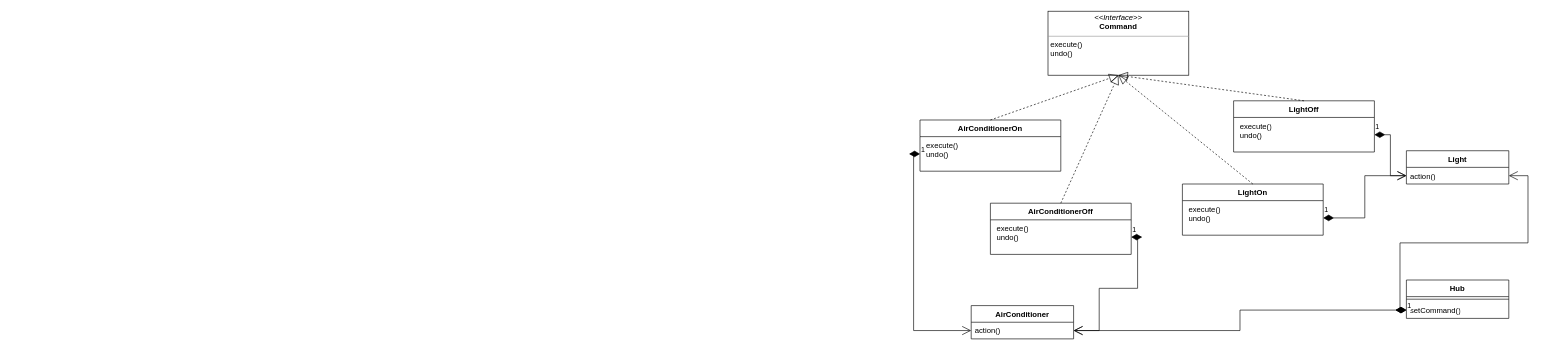
Yakser/drawio-diagrams keeps this draw.io diagram as SmartHome.drawio. Above is the earlier version. Source tidied: cells renumbered, new cells numbered last; positions are measured from the earlier drawing's top-left corner, leaving out a move shared by most shapes. Both pictures are drawn from the tidied source at 64%, with x=0, y=0 at pixel (920, 11).
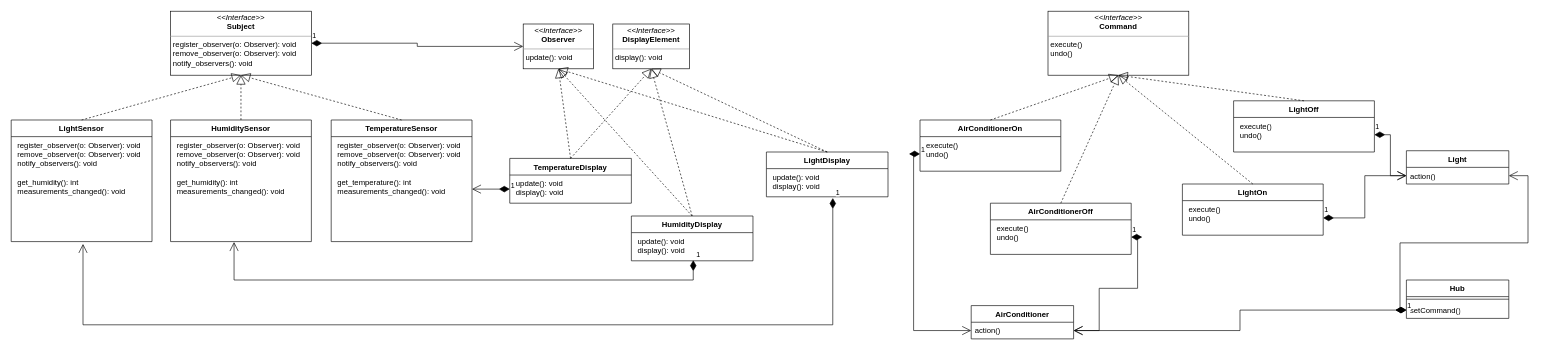
Above is the later version.

Commit message:
Добавил датчики и дисплеи

What changed in the source:
```diff
@@
+    <mxCell id="28" value="&lt;p style=&quot;margin:0px;margin-top:4px;text-align:center;&quot;&gt;&lt;i&gt;&amp;lt;&amp;lt;Interface&amp;gt;&amp;gt;&lt;/i&gt;&lt;br&gt;&lt;b&gt;Subject&lt;/b&gt;&lt;/p&gt;&lt;hr size=&quot;1&quot;&gt;&lt;p style=&quot;margin:0px;margin-left:4px;&quot;&gt;register_observer(o: Observer): void&lt;br&gt;remove_observer(o: Observer): void&lt;br&gt;&lt;/p&gt;&lt;p style=&quot;margin:0px;margin-left:4px;&quot;&gt;notify_observers(): void&lt;br&gt;&lt;/p&gt;" style="verticalAlign=top;align=left;overflow=fill;fontSize=12;fontFamily=Helvetica;html=1;whiteSpace=wrap;" parent="1" vertex="1">
+      <mxGeometry x="-1171" width="220" height="100" as="geometry" />
+    </mxCell>
+    <mxCell id="29" value="&lt;p style=&quot;margin:0px;margin-top:4px;text-align:center;&quot;&gt;&lt;i&gt;&amp;lt;&amp;lt;Interface&amp;gt;&amp;gt;&lt;/i&gt;&lt;br&gt;&lt;b&gt;Observer&lt;/b&gt;&lt;/p&gt;&lt;hr size=&quot;1&quot;&gt;&lt;p style=&quot;margin:0px;margin-left:4px;&quot;&gt;update(): void&lt;br&gt;&lt;/p&gt;" style="verticalAlign=top;align=left;overflow=fill;fontSize=12;fontFamily=Helvetica;html=1;whiteSpace=wrap;" parent="1" vertex="1">
+      <mxGeometry x="-620" y="20" width="110" height="70" as="geometry" />
+    </mxCell>
+    <mxCell id="30" value="&lt;p style=&quot;margin:0px;margin-top:4px;text-align:center;&quot;&gt;&lt;i&gt;&amp;lt;&amp;lt;Interface&amp;gt;&amp;gt;&lt;/i&gt;&lt;br&gt;&lt;b&gt;DisplayElement&lt;/b&gt;&lt;/p&gt;&lt;hr size=&quot;1&quot;&gt;&lt;p style=&quot;margin:0px;margin-left:4px;&quot;&gt;display(): void&lt;br&gt;&lt;/p&gt;" style="verticalAlign=top;align=left;overflow=fill;fontSize=12;fontFamily=Helvetica;html=1;whiteSpace=wrap;" parent="1" vertex="1">
+      <mxGeometry x="-480" y="20" width="120" height="70" as="geometry" />
+    </mxCell>
+    <mxCell id="31" value="TemperatureSensor" style="swimlane;fontStyle=1;align=center;verticalAlign=top;horizontal=1;startSize=26;whiteSpace=wrap;html=1;" parent="1" vertex="1">
+      <mxGeometry x="-920" y="170" width="220" height="190" as="geometry" />
+    </mxCell>
+    <mxCell id="32" value="&lt;p style=&quot;border-color: var(--border-color); margin: 0px 0px 0px 4px;&quot;&gt;register_observer(o: Observer): void&lt;br style=&quot;border-color: var(--border-color);&quot;&gt;remove_observer(o: Observer): void&lt;br style=&quot;border-color: var(--border-color);&quot;&gt;&lt;/p&gt;&lt;p style=&quot;border-color: var(--border-color); margin: 0px 0px 0px 4px;&quot;&gt;notify_observers(): void&lt;/p&gt;&lt;p style=&quot;border-color: var(--border-color); margin: 0px 0px 0px 4px;&quot;&gt;&lt;br&gt;&lt;/p&gt;&lt;p style=&quot;border-color: var(--border-color); margin: 0px 0px 0px 4px;&quot;&gt;get_temperature(): int&lt;/p&gt;&lt;p style=&quot;border-color: var(--border-color); margin: 0px 0px 0px 4px;&quot;&gt;measurements_changed(): void&lt;/p&gt;" style="text;strokeColor=none;fillColor=none;align=left;verticalAlign=top;spacingLeft=4;spacingRight=4;overflow=hidden;points=[[0,0.5],[1,0.5]];portConstraint=eastwest;whiteSpace=wrap;html=1;" parent="31" vertex="1">
+      <mxGeometry y="26" width="220" height="164" as="geometry" />
+    </mxCell>
+    <mxCell id="33" style="endArrow=block;dashed=1;endFill=0;endSize=12;html=1;rounded=0;exitX=0.5;exitY=0;exitDx=0;exitDy=0;entryX=0.5;entryY=1;entryDx=0;entryDy=0;" parent="1" edge="1" source="31" target="28">
+      <mxGeometry relative="1" as="geometry" />
+    </mxCell>
+    <mxCell id="34" value="1" style="endArrow=open;html=1;endSize=12;startArrow=diamondThin;startSize=14;startFill=1;edgeStyle=orthogonalEdgeStyle;align=left;verticalAlign=bottom;rounded=0;exitX=1;exitY=0.5;exitDx=0;exitDy=0;entryX=0;entryY=0.5;entryDx=0;entryDy=0;" parent="1" edge="1" source="28" target="29">
+      <mxGeometry x="-1" y="3" relative="1" as="geometry" />
+    </mxCell>
+    <mxCell id="35" value="TemperatureDisplay" style="swimlane;fontStyle=1;align=center;verticalAlign=top;horizontal=1;startSize=26;whiteSpace=wrap;html=1;" parent="1" vertex="1">
+      <mxGeometry x="-641" y="230" width="190" height="70" as="geometry" />
+    </mxCell>
+    <mxCell id="36" value="&lt;p style=&quot;border-color: var(--border-color); margin: 0px 0px 0px 4px;&quot;&gt;update(): void&lt;/p&gt;&lt;p style=&quot;border-color: var(--border-color); margin: 0px 0px 0px 4px;&quot;&gt;display(): void&lt;/p&gt;" style="text;strokeColor=none;fillColor=none;align=left;verticalAlign=top;spacingLeft=4;spacingRight=4;overflow=hidden;points=[[0,0.5],[1,0.5]];portConstraint=eastwest;whiteSpace=wrap;html=1;" parent="35" vertex="1">
+      <mxGeometry y="26" width="190" height="44" as="geometry" />
+    </mxCell>
+    <mxCell id="37" style="endArrow=block;dashed=1;endFill=0;endSize=12;html=1;rounded=0;entryX=0.5;entryY=1;entryDx=0;entryDy=0;exitX=0.5;exitY=0;exitDx=0;exitDy=0;" parent="1" edge="1" source="35" target="29">
+      <mxGeometry relative="1" as="geometry" />
+    </mxCell>
+    <mxCell id="38" style="endArrow=block;dashed=1;endFill=0;endSize=12;html=1;rounded=0;entryX=0.5;entryY=1;entryDx=0;entryDy=0;exitX=0.5;exitY=0;exitDx=0;exitDy=0;" parent="1" edge="1" source="35" target="30">
+      <mxGeometry relative="1" as="geometry" />
+    </mxCell>
+    <mxCell id="39" value="1" style="endArrow=open;html=1;endSize=12;startArrow=diamondThin;startSize=14;startFill=1;edgeStyle=orthogonalEdgeStyle;align=left;verticalAlign=bottom;rounded=0;exitX=0;exitY=0.5;exitDx=0;exitDy=0;entryX=1;entryY=0.5;entryDx=0;entryDy=0;" parent="1" edge="1" source="36" target="32">
+      <mxGeometry x="-1" y="3" relative="1" as="geometry" />
+    </mxCell>
+    <mxCell id="40" value="HumidityDisplay" style="swimlane;fontStyle=1;align=center;verticalAlign=top;horizontal=1;startSize=26;whiteSpace=wrap;html=1;" parent="1" vertex="1">
+      <mxGeometry x="-451" y="320" width="190" height="70" as="geometry" />
+    </mxCell>
+    <mxCell id="41" value="&lt;p style=&quot;border-color: var(--border-color); margin: 0px 0px 0px 4px;&quot;&gt;update(): void&lt;/p&gt;&lt;p style=&quot;border-color: var(--border-color); margin: 0px 0px 0px 4px;&quot;&gt;display(): void&lt;/p&gt;" style="text;strokeColor=none;fillColor=none;align=left;verticalAlign=top;spacingLeft=4;spacingRight=4;overflow=hidden;points=[[0,0.5],[1,0.5]];portConstraint=eastwest;whiteSpace=wrap;html=1;" parent="40" vertex="1">
+      <mxGeometry y="26" width="190" height="44" as="geometry" />
+    </mxCell>
+    <mxCell id="42" value="LightDisplay" style="swimlane;fontStyle=1;align=center;verticalAlign=top;horizontal=1;startSize=26;whiteSpace=wrap;html=1;" parent="1" vertex="1">
+      <mxGeometry x="-240" y="220" width="190" height="70" as="geometry" />
+    </mxCell>
+    <mxCell id="43" value="&lt;p style=&quot;border-color: var(--border-color); margin: 0px 0px 0px 4px;&quot;&gt;update(): void&lt;/p&gt;&lt;p style=&quot;border-color: var(--border-color); margin: 0px 0px 0px 4px;&quot;&gt;display(): void&lt;/p&gt;" style="text;strokeColor=none;fillColor=none;align=left;verticalAlign=top;spacingLeft=4;spacingRight=4;overflow=hidden;points=[[0,0.5],[1,0.5]];portConstraint=eastwest;whiteSpace=wrap;html=1;" parent="42" vertex="1">
+      <mxGeometry y="26" width="190" height="44" as="geometry" />
+    </mxCell>
+    <mxCell id="44" style="endArrow=block;dashed=1;endFill=0;endSize=12;html=1;rounded=0;entryX=0.5;entryY=1;entryDx=0;entryDy=0;exitX=0.5;exitY=0;exitDx=0;exitDy=0;" parent="1" edge="1" source="42" target="29">
+      <mxGeometry relative="1" as="geometry" />
+    </mxCell>
+    <mxCell id="45" style="endArrow=block;dashed=1;endFill=0;endSize=12;html=1;rounded=0;entryX=0.5;entryY=1;entryDx=0;entryDy=0;exitX=0.5;exitY=0;exitDx=0;exitDy=0;" parent="1" edge="1" source="42" target="30">
+      <mxGeometry relative="1" as="geometry" />
+    </mxCell>
+    <mxCell id="46" style="endArrow=block;dashed=1;endFill=0;endSize=12;html=1;rounded=0;entryX=0.5;entryY=1;entryDx=0;entryDy=0;exitX=0.5;exitY=0;exitDx=0;exitDy=0;" parent="1" edge="1" source="40" target="29">
+      <mxGeometry relative="1" as="geometry" />
+    </mxCell>
+    <mxCell id="47" style="endArrow=block;dashed=1;endFill=0;endSize=12;html=1;rounded=0;entryX=0.5;entryY=1;entryDx=0;entryDy=0;exitX=0.5;exitY=0;exitDx=0;exitDy=0;" parent="1" edge="1" source="40" target="30">
+      <mxGeometry relative="1" as="geometry" />
+    </mxCell>
+    <mxCell id="48" value="HumiditySensor" style="swimlane;fontStyle=1;align=center;verticalAlign=top;horizontal=1;startSize=26;whiteSpace=wrap;html=1;" parent="1" vertex="1">
+      <mxGeometry x="-1171" y="170" width="220" height="190" as="geometry" />
+    </mxCell>
+    <mxCell id="49" value="&lt;p style=&quot;border-color: var(--border-color); margin: 0px 0px 0px 4px;&quot;&gt;register_observer(o: Observer): void&lt;br style=&quot;border-color: var(--border-color);&quot;&gt;remove_observer(o: Observer): void&lt;br style=&quot;border-color: var(--border-color);&quot;&gt;&lt;/p&gt;&lt;p style=&quot;border-color: var(--border-color); margin: 0px 0px 0px 4px;&quot;&gt;notify_observers(): void&lt;/p&gt;&lt;p style=&quot;border-color: var(--border-color); margin: 0px 0px 0px 4px;&quot;&gt;&lt;br&gt;&lt;/p&gt;&lt;p style=&quot;border-color: var(--border-color); margin: 0px 0px 0px 4px;&quot;&gt;get_humidity(): int&lt;/p&gt;&lt;p style=&quot;border-color: var(--border-color); margin: 0px 0px 0px 4px;&quot;&gt;measurements_changed(): void&lt;/p&gt;" style="text;strokeColor=none;fillColor=none;align=left;verticalAlign=top;spacingLeft=4;spacingRight=4;overflow=hidden;points=[[0,0.5],[1,0.5]];portConstraint=eastwest;whiteSpace=wrap;html=1;" parent="48" vertex="1">
+      <mxGeometry y="26" width="220" height="164" as="geometry" />
+    </mxCell>
+    <mxCell id="50" style="endArrow=block;dashed=1;endFill=0;endSize=12;html=1;rounded=0;exitX=0.5;exitY=0;exitDx=0;exitDy=0;entryX=0.5;entryY=1;entryDx=0;entryDy=0;" parent="1" edge="1" source="48" target="28">
+      <mxGeometry relative="1" as="geometry" />
+    </mxCell>
+    <mxCell id="51" value="LightSensor" style="swimlane;fontStyle=1;align=center;verticalAlign=top;horizontal=1;startSize=26;whiteSpace=wrap;html=1;" parent="1" vertex="1">
+      <mxGeometry x="-1420" y="170" width="220" height="190" as="geometry" />
+    </mxCell>
+    <mxCell id="52" value="&lt;p style=&quot;border-color: var(--border-color); margin: 0px 0px 0px 4px;&quot;&gt;register_observer(o: Observer): void&lt;br style=&quot;border-color: var(--border-color);&quot;&gt;remove_observer(o: Observer): void&lt;br style=&quot;border-color: var(--border-color);&quot;&gt;&lt;/p&gt;&lt;p style=&quot;border-color: var(--border-color); margin: 0px 0px 0px 4px;&quot;&gt;notify_observers(): void&lt;/p&gt;&lt;p style=&quot;border-color: var(--border-color); margin: 0px 0px 0px 4px;&quot;&gt;&lt;br&gt;&lt;/p&gt;&lt;p style=&quot;border-color: var(--border-color); margin: 0px 0px 0px 4px;&quot;&gt;get_humidity(): int&lt;/p&gt;&lt;p style=&quot;border-color: var(--border-color); margin: 0px 0px 0px 4px;&quot;&gt;measurements_changed(): void&lt;/p&gt;" style="text;strokeColor=none;fillColor=none;align=left;verticalAlign=top;spacingLeft=4;spacingRight=4;overflow=hidden;points=[[0,0.5],[1,0.5]];portConstraint=eastwest;whiteSpace=wrap;html=1;" parent="51" vertex="1">
+      <mxGeometry y="26" width="220" height="164" as="geometry" />
+    </mxCell>
+    <mxCell id="53" style="endArrow=block;dashed=1;endFill=0;endSize=12;html=1;rounded=0;exitX=0.5;exitY=0;exitDx=0;exitDy=0;entryX=0.5;entryY=1;entryDx=0;entryDy=0;" parent="1" edge="1" source="51" target="28">
+      <mxGeometry relative="1" as="geometry" />
+    </mxCell>
+    <mxCell id="54" value="1" style="endArrow=open;html=1;endSize=12;startArrow=diamondThin;startSize=14;startFill=1;edgeStyle=orthogonalEdgeStyle;align=left;verticalAlign=bottom;rounded=0;entryX=0.451;entryY=1.004;entryDx=0;entryDy=0;entryPerimeter=0;exitX=0.509;exitY=0.98;exitDx=0;exitDy=0;exitPerimeter=0;" parent="1" edge="1" source="41" target="49">
+      <mxGeometry x="-1" y="3" relative="1" as="geometry">
+        <Array as="points">
+          <mxPoint x="-354" y="420" />
+          <mxPoint x="-1072" y="420" />
+        </Array>
+      </mxGeometry>
+    </mxCell>
+    <mxCell id="55" value="1" style="endArrow=open;html=1;endSize=12;startArrow=diamondThin;startSize=14;startFill=1;edgeStyle=orthogonalEdgeStyle;align=left;verticalAlign=bottom;rounded=0;exitX=0.546;exitY=1.045;exitDx=0;exitDy=0;exitPerimeter=0;entryX=0.51;entryY=1.022;entryDx=0;entryDy=0;entryPerimeter=0;" parent="1" edge="1" source="43" target="52">
+      <mxGeometry x="-1" y="3" relative="1" as="geometry">
+        <Array as="points">
+          <mxPoint x="-136" y="490" />
+          <mxPoint x="-1308" y="490" />
+        </Array>
+      </mxGeometry>
+    </mxCell>
```
